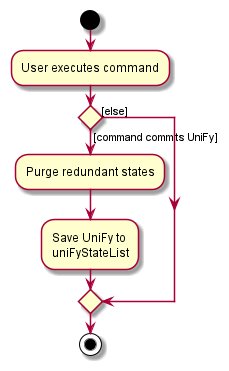
Earlier version of the PlantUML export docs/images/CommitActivityDiagram.png (nus-cs2103-AY2122S1/tp).
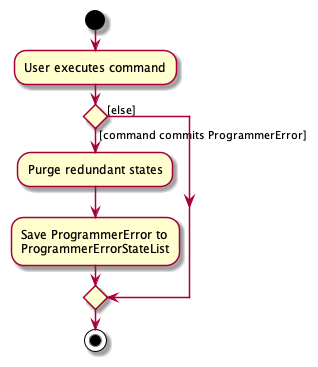
The same file after the commit.

Commit message:
update uml diagram

The edit, as a diff of the source:
```diff
@@ -3,10 +3,10 @@
 :User executes command;
 
 
-if () then ([command commits UniFy])
+if () then ([command commits ProgrammerError])
     :Purge redundant states;
-    :Save UniFy to
-    uniFyStateList;
+    :Save ProgrammerError to
+    ProgrammerErrorStateList;
 else ([else])
 endif
 stop
```
